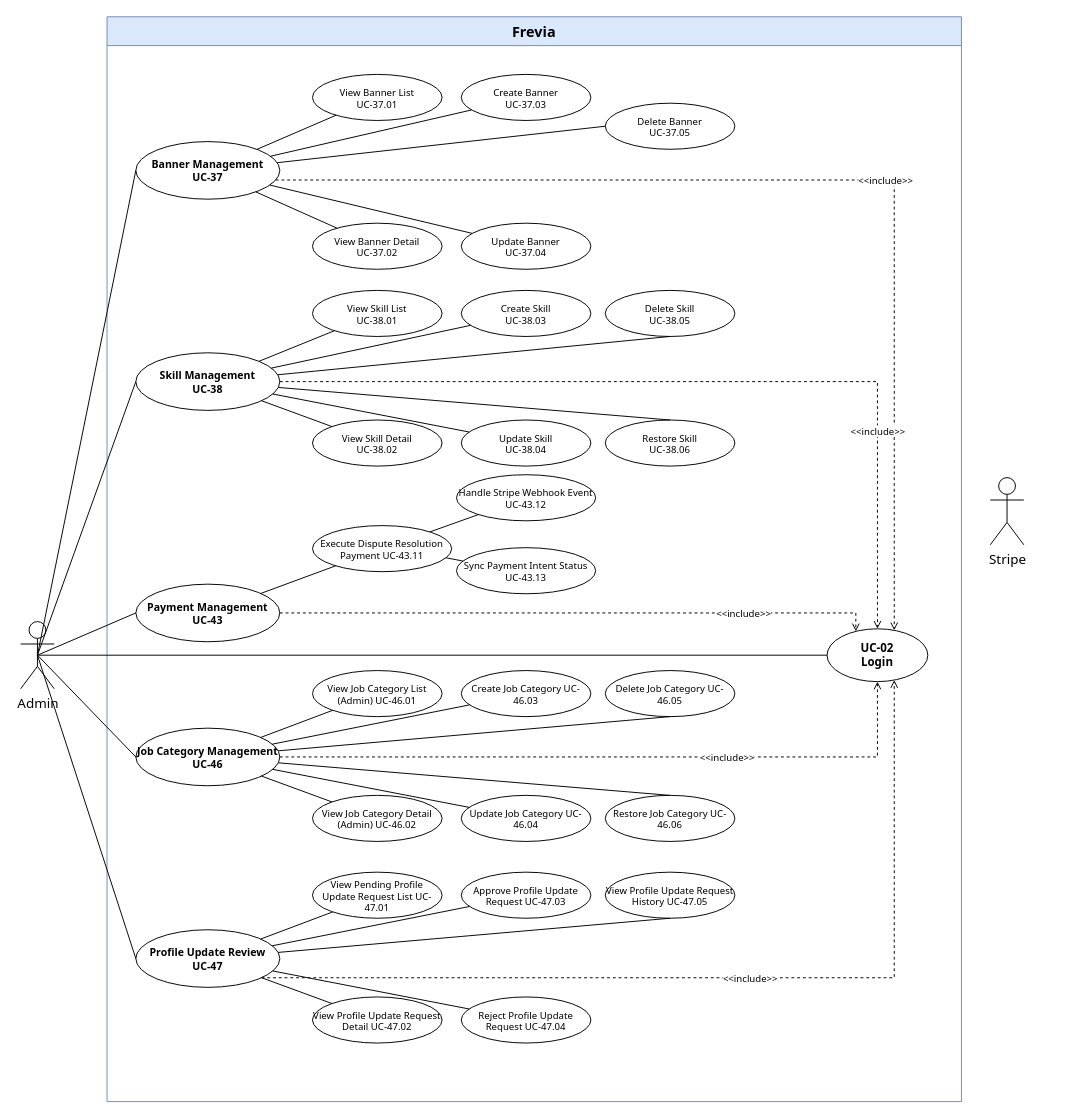
Thunggg/Frevia keeps this draw.io diagram as page "Admin 4/4" (4 of 4) of uc-diagrams/Admin.drawio. Above is the earlier version. Source tidied: cells renumbered, new cells numbered last; positions are measured from the earlier drawing's top-left corner, leaving out a move shared by most shapes. Both pictures are drawn from the tidied source at 96%, with x=0, y=0 at pixel (20, 16).
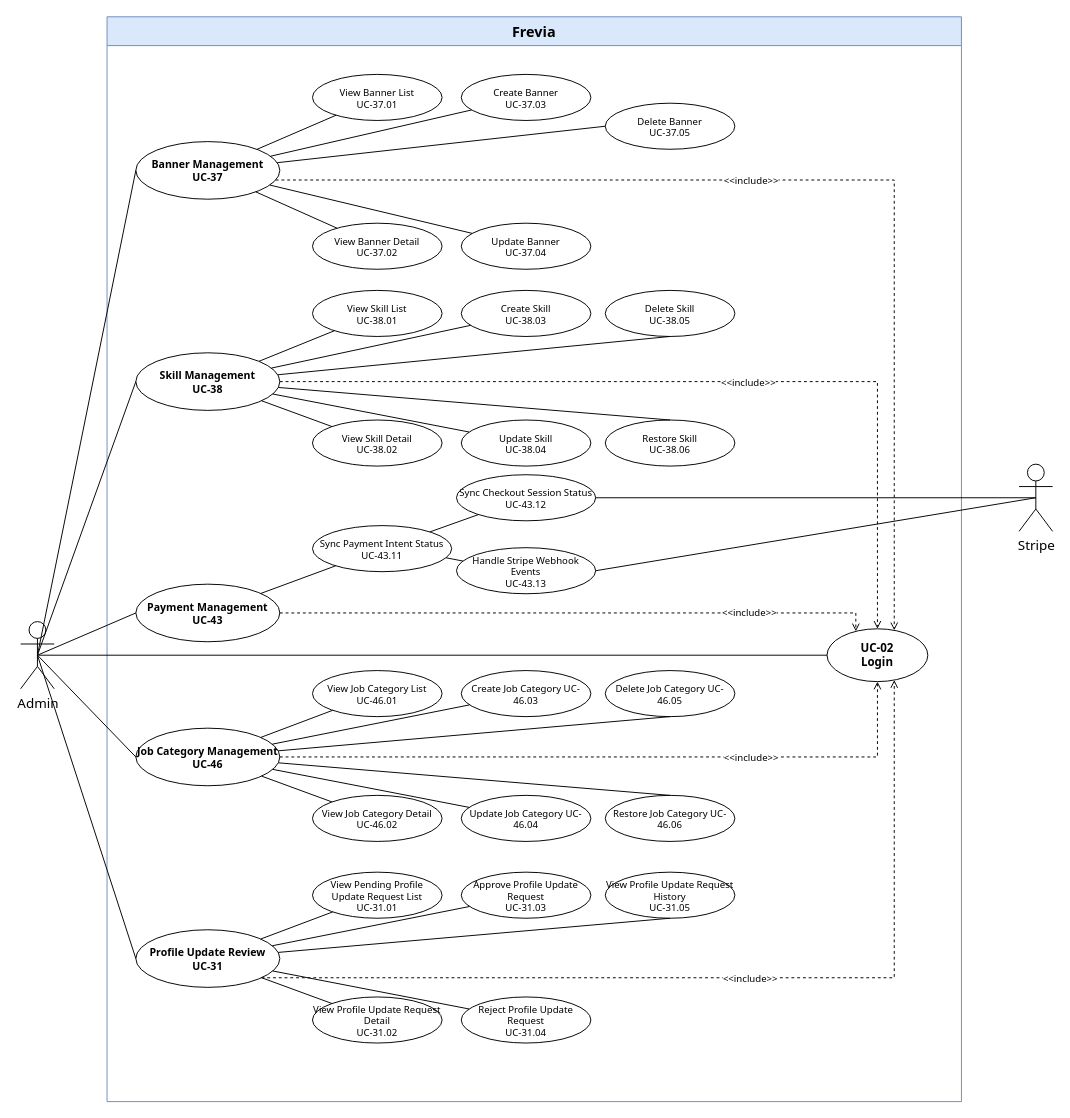
Above is the later version.

The change refers to these unchanged cells:
```xml
<mxCell id="2" value="Frevia" style="swimlane;whiteSpace=wrap;html=1;startSize=30;fontSize=15;fontFamily=Tahoma;fontStyle=1;fillColor=#dae8fc;strokeColor=#6c8ebf;" parent="1" vertex="1">
  <mxGeometry x="90" width="890" height="1130" as="geometry" />
</mxCell>
<mxCell id="3" value="UC-02&#10;Login" style="ellipse;whiteSpace=wrap;html=1;fontSize=12;fontFamily=Tahoma;fontStyle=1;fillColor=#ffffff;strokeColor=#000000;" parent="2" vertex="1">
  <mxGeometry x="750" y="637.5" width="105" height="55" as="geometry" />
</mxCell>
<mxCell id="4" value="Banner Management&#10;UC-37" style="ellipse;whiteSpace=wrap;html=1;fontSize=11;fontFamily=Tahoma;fontStyle=1;fillColor=#ffffff;strokeColor=#000000;" parent="2" vertex="1">
  <mxGeometry x="30" y="130" width="150" height="60" as="geometry" />
</mxCell>
<mxCell id="15" value="Skill Management&#10;UC-38" style="ellipse;whiteSpace=wrap;html=1;fontSize=11;fontFamily=Tahoma;fontStyle=1;fillColor=#ffffff;strokeColor=#000000;" parent="2" vertex="1">
  <mxGeometry x="30" y="350" width="150" height="60" as="geometry" />
</mxCell>
<mxCell id="28" value="Payment Management&#10;UC-43" style="ellipse;whiteSpace=wrap;html=1;fontSize=11;fontFamily=Tahoma;fontStyle=1;fillColor=#ffffff;strokeColor=#000000;" parent="2" vertex="1">
  <mxGeometry x="30" y="591" width="150" height="60" as="geometry" />
</mxCell>
<mxCell id="31" value="Job Category Management&#10;UC-46" style="ellipse;whiteSpace=wrap;html=1;fontSize=11;fontFamily=Tahoma;fontStyle=1;fillColor=#ffffff;strokeColor=#000000;" parent="2" vertex="1">
  <mxGeometry x="30" y="741" width="150" height="60" as="geometry" />
</mxCell>
```

Diff of the diagram source:
```diff
@@
-    <mxCell id="29" value="Execute Dispute Resolution Payment&amp;#xa;UC-43.11" style="ellipse;whiteSpace=wrap;html=1;fontSize=10;fontFamily=Tahoma;fillColor=#ffffff;strokeColor=#000000;" parent="2" vertex="1">
+    <mxCell id="29" value="Sync Payment Intent Status&#10;UC-43.11" style="ellipse;whiteSpace=wrap;html=1;fontSize=10;fontFamily=Tahoma;fillColor=#ffffff;strokeColor=#000000;" parent="2" vertex="1">
       <mxGeometry x="214" y="530" width="145" height="48" as="geometry" />
     </mxCell>
@@
-    <mxCell id="32" value="View Job Category List (Admin)&amp;#xa;UC-46.01" style="ellipse;whiteSpace=wrap;html=1;fontSize=10;fontFamily=Tahoma;fillColor=#ffffff;strokeColor=#000000;" parent="2" vertex="1">
+    <mxCell id="32" value="View Job Category List&#10;UC-46.01" style="ellipse;whiteSpace=wrap;html=1;fontSize=10;fontFamily=Tahoma;fillColor=#ffffff;strokeColor=#000000;" parent="2" vertex="1">
       <mxGeometry x="214" y="681" width="135" height="48" as="geometry" />
     </mxCell>
-    <mxCell id="33" value="View Job Category Detail (Admin)&amp;#xa;UC-46.02" style="ellipse;whiteSpace=wrap;html=1;fontSize=10;fontFamily=Tahoma;fillColor=#ffffff;strokeColor=#000000;" parent="2" vertex="1">
+    <mxCell id="33" value="View Job Category Detail&#10;UC-46.02" style="ellipse;whiteSpace=wrap;html=1;fontSize=10;fontFamily=Tahoma;fillColor=#ffffff;strokeColor=#000000;" parent="2" vertex="1">
       <mxGeometry x="214" y="811" width="135" height="48" as="geometry" />
     </mxCell>
@@
-    <mxCell id="42" value="Profile Update Review&#10;UC-47" style="ellipse;whiteSpace=wrap;html=1;fontSize=11;fontFamily=Tahoma;fontStyle=1;fillColor=#ffffff;strokeColor=#000000;" parent="2" vertex="1">
+    <mxCell id="42" value="Profile Update Review&#10;UC-31" style="ellipse;whiteSpace=wrap;html=1;fontSize=11;fontFamily=Tahoma;fontStyle=1;fillColor=#ffffff;strokeColor=#000000;" parent="2" vertex="1">
       <mxGeometry x="30" y="951" width="150" height="60" as="geometry" />
     </mxCell>
-    <mxCell id="43" value="View Pending Profile Update Request List&amp;#xa;UC-47.01" style="ellipse;whiteSpace=wrap;html=1;fontSize=10;fontFamily=Tahoma;fillColor=#ffffff;strokeColor=#000000;" parent="2" vertex="1">
+    <mxCell id="43" value="View Pending Profile Update Request List&#10;UC-31.01" style="ellipse;whiteSpace=wrap;html=1;fontSize=10;fontFamily=Tahoma;fillColor=#ffffff;strokeColor=#000000;" parent="2" vertex="1">
       <mxGeometry x="214" y="891" width="135" height="48" as="geometry" />
     </mxCell>
-    <mxCell id="44" value="View Profile Update Request Detail&amp;#xa;UC-47.02" style="ellipse;whiteSpace=wrap;html=1;fontSize=10;fontFamily=Tahoma;fillColor=#ffffff;strokeColor=#000000;" parent="2" vertex="1">
+    <mxCell id="44" value="View Profile Update Request Detail&#10;UC-31.02" style="ellipse;whiteSpace=wrap;html=1;fontSize=10;fontFamily=Tahoma;fillColor=#ffffff;strokeColor=#000000;" parent="2" vertex="1">
       <mxGeometry x="214" y="1021" width="135" height="48" as="geometry" />
     </mxCell>
-    <mxCell id="45" value="Approve Profile Update Request&amp;#xa;UC-47.03" style="ellipse;whiteSpace=wrap;html=1;fontSize=10;fontFamily=Tahoma;fillColor=#ffffff;strokeColor=#000000;" parent="2" vertex="1">
+    <mxCell id="45" value="Approve Profile Update Request&#10;UC-31.03" style="ellipse;whiteSpace=wrap;html=1;fontSize=10;fontFamily=Tahoma;fillColor=#ffffff;strokeColor=#000000;" parent="2" vertex="1">
       <mxGeometry x="369" y="891" width="135" height="48" as="geometry" />
     </mxCell>
-    <mxCell id="46" value="Reject Profile Update Request&amp;#xa;UC-47.04" style="ellipse;whiteSpace=wrap;html=1;fontSize=10;fontFamily=Tahoma;fillColor=#ffffff;strokeColor=#000000;" parent="2" vertex="1">
+    <mxCell id="46" value="Reject Profile Update Request&#10;UC-31.04" style="ellipse;whiteSpace=wrap;html=1;fontSize=10;fontFamily=Tahoma;fillColor=#ffffff;strokeColor=#000000;" parent="2" vertex="1">
       <mxGeometry x="369" y="1021" width="135" height="48" as="geometry" />
     </mxCell>
-    <mxCell id="47" value="View Profile Update Request History&amp;#xa;UC-47.05" style="ellipse;whiteSpace=wrap;html=1;fontSize=10;fontFamily=Tahoma;fillColor=#ffffff;strokeColor=#000000;" parent="2" vertex="1">
+    <mxCell id="47" value="View Profile Update Request History&#10;UC-31.05" style="ellipse;whiteSpace=wrap;html=1;fontSize=10;fontFamily=Tahoma;fillColor=#ffffff;strokeColor=#000000;" parent="2" vertex="1">
       <mxGeometry x="519" y="891" width="135" height="48" as="geometry" />
     </mxCell>
@@
     <mxCell id="53" value="&amp;lt;&amp;lt;include&amp;gt;&amp;gt;" style="edgeStyle=orthogonalEdgeStyle;rounded=0;endArrow=open;dashed=1;html=1;strokeColor=#000000;fontSize=10;fontFamily=Tahoma;labelBackgroundColor=#ffffff;align=center;verticalAlign=middle;" parent="2" edge="1" source="31" target="3">
-      <mxGeometry x="0.33" relative="1" as="geometry" />
+      <mxGeometry x="0.4" relative="1" as="geometry" />
     </mxCell>
     <mxCell id="54" value="&amp;lt;&amp;lt;include&amp;gt;&amp;gt;" style="edgeStyle=orthogonalEdgeStyle;rounded=0;endArrow=open;dashed=1;html=1;strokeColor=#000000;fontSize=10;fontFamily=Tahoma;labelBackgroundColor=#ffffff;align=center;verticalAlign=middle;" parent="2" edge="1" source="28" target="3">
-      <mxGeometry x="0.56" relative="1" as="geometry">
+      <mxGeometry x="0.58" y="1" relative="1" as="geometry">
         <Array as="points">
           <mxPoint x="780" y="621" />
         </Array>
       </mxGeometry>
     </mxCell>
@@
-    <mxCell id="58" value="Handle Stripe Webhook Event&amp;#xa;UC-43.12" style="ellipse;whiteSpace=wrap;html=1;fontSize=10;fontFamily=Tahoma;fillColor=#ffffff;strokeColor=#000000;" parent="2" vertex="1">
+    <mxCell id="58" value="Sync Checkout Session Status&#10;UC-43.12" style="ellipse;whiteSpace=wrap;html=1;fontSize=10;fontFamily=Tahoma;fillColor=#ffffff;strokeColor=#000000;" parent="2" vertex="1">
       <mxGeometry x="364" y="477" width="145" height="48" as="geometry" />
     </mxCell>
-    <mxCell id="59" value="Sync Payment Intent Status&amp;#xa;UC-43.13" style="ellipse;whiteSpace=wrap;html=1;fontSize=10;fontFamily=Tahoma;fillColor=#ffffff;strokeColor=#000000;" parent="2" vertex="1">
+    <mxCell id="59" value="Handle Stripe Webhook Events&#10;UC-43.13" style="ellipse;whiteSpace=wrap;html=1;fontSize=10;fontFamily=Tahoma;fillColor=#ffffff;strokeColor=#000000;" parent="2" vertex="1">
       <mxGeometry x="364" y="553" width="145" height="48" as="geometry" />
     </mxCell>
@@
     <mxCell id="69" value="&amp;lt;&amp;lt;include&amp;gt;&amp;gt;" style="edgeStyle=orthogonalEdgeStyle;rounded=0;endArrow=open;dashed=1;html=1;strokeColor=#000000;fontSize=10;fontFamily=Tahoma;labelBackgroundColor=#ffffff;align=center;verticalAlign=middle;" parent="1" edge="1" source="4" target="3">
-      <mxGeometry x="0.14" relative="1" as="geometry">
+      <mxGeometry x="-0.11" relative="1" as="geometry">
         <Array as="points">
           <mxPoint x="910" y="170" />
         </Array>
       </mxGeometry>
     </mxCell>
     <mxCell id="70" value="&amp;lt;&amp;lt;include&amp;gt;&amp;gt;" style="edgeStyle=orthogonalEdgeStyle;rounded=0;endArrow=open;dashed=1;html=1;strokeColor=#000000;fontSize=10;fontFamily=Tahoma;labelBackgroundColor=#ffffff;align=center;verticalAlign=middle;" parent="1" edge="1" source="15" target="3">
-      <mxGeometry x="0.53" relative="1" as="geometry" />
+      <mxGeometry x="0.11" relative="1" as="geometry" />
     </mxCell>
     <mxCell id="71" value="Stripe" style="shape=umlActor;verticalLabelPosition=bottom;verticalAlign=top;html=1;outlineConnect=0;fontSize=14;fontFamily=Tahoma;" parent="1" vertex="1">
-      <mxGeometry x="1010" y="480" width="35" height="70" as="geometry" />
+      <mxGeometry x="1040" y="466" width="35" height="70" as="geometry" />
     </mxCell>
+    <mxCell id="72" style="endArrow=none;html=1;rounded=0;fontFamily=Tahoma;fontSize=13;exitX=0.5;exitY=0.5;exitDx=0;exitDy=0;exitPerimeter=0;entryX=1;entryY=0.5;entryDx=0;entryDy=0;" parent="1" edge="1" source="71" target="58">
+      <mxGeometry relative="1" as="geometry" />
+    </mxCell>
+    <mxCell id="73" style="endArrow=none;html=1;rounded=0;fontFamily=Tahoma;fontSize=13;exitX=0.5;exitY=0.5;exitDx=0;exitDy=0;exitPerimeter=0;entryX=1;entryY=0.5;entryDx=0;entryDy=0;" parent="1" edge="1" source="71" target="59">
+      <mxGeometry relative="1" as="geometry" />
+    </mxCell>
```
